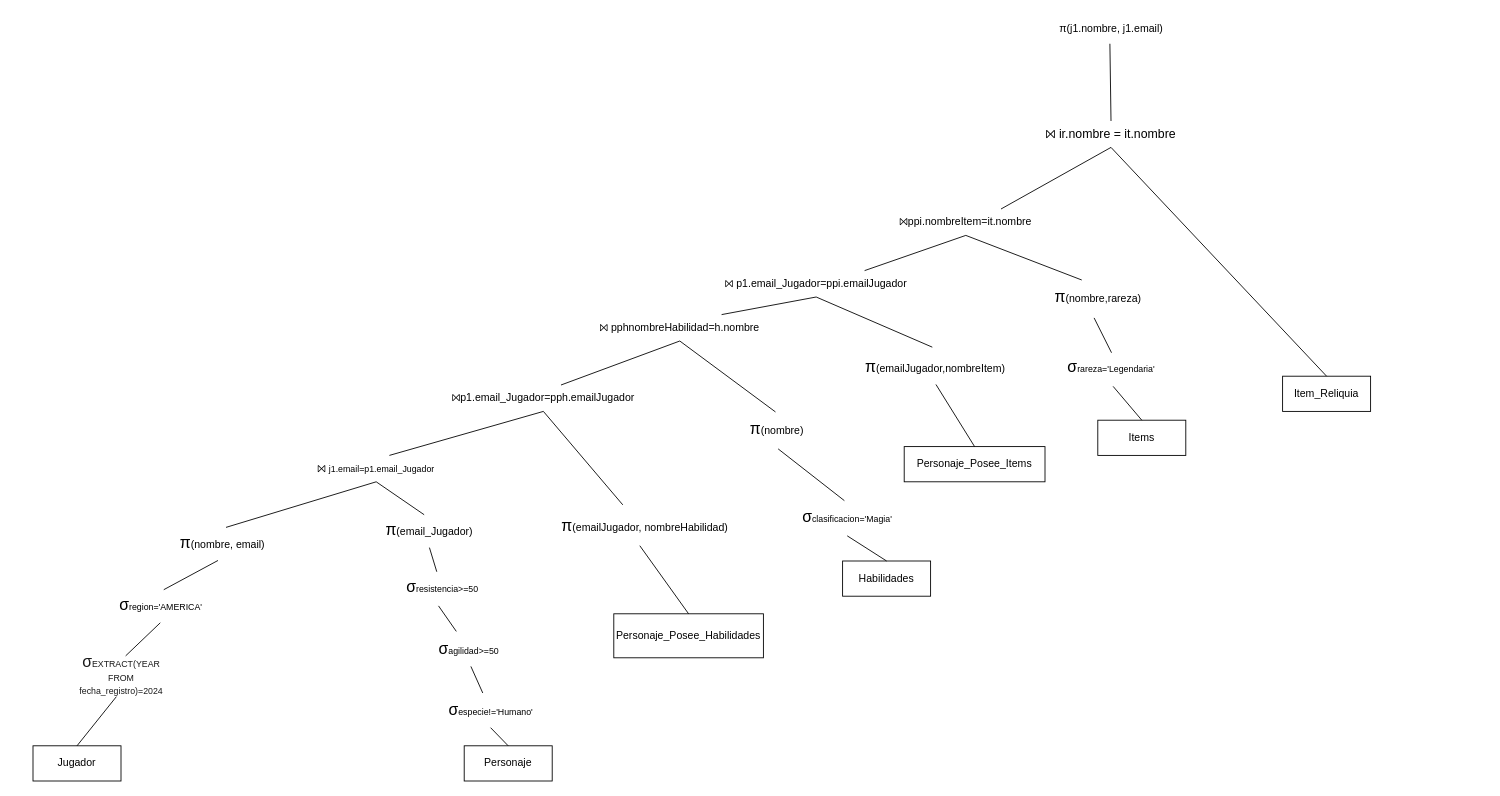
This is Untitled Diagram.drawio from MartinAlonsoo/Obligatorio1BD2, a draw.io file, before an edit. Source tidied: cells renumbered, new cells numbered last; positions are measured from the earlier drawing's top-left corner, leaving out a move shared by most shapes. Both pictures are drawn from the tidied source at 88%, with x=0, y=0 at pixel (15, 15).
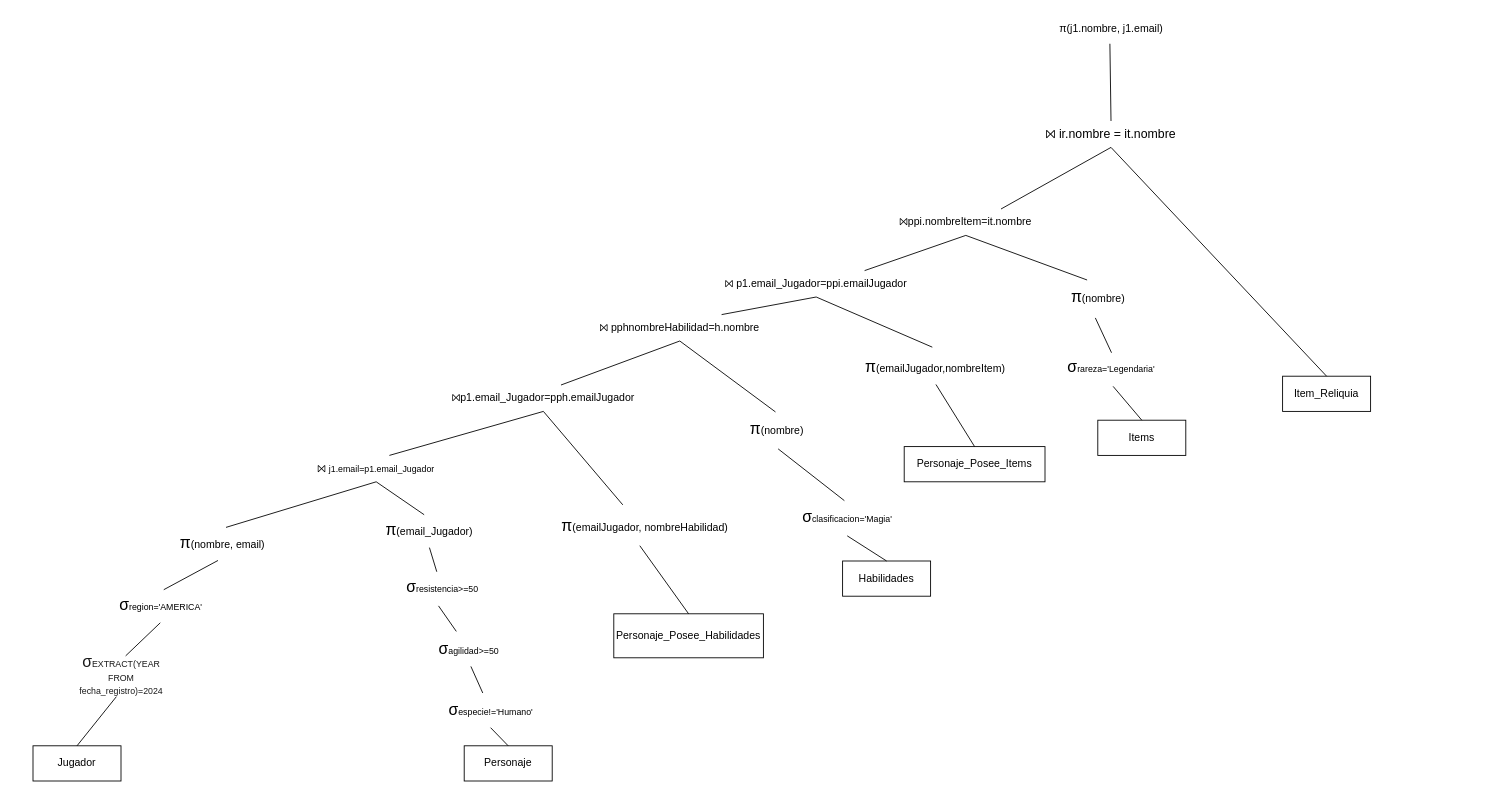
After the change.

Commit message:
actualizacion de proyeccion de items

What changed in the source:
```diff
@@
-    <mxCell id="52" value="&lt;font style=&quot;font-size: 18px;&quot;&gt;π&lt;/font&gt;(nombre,rareza)" style="text;html=1;align=center;verticalAlign=middle;points=[];strokeColor=none;fillColor=none;" parent="1" vertex="1">
-      <mxGeometry x="1170" y="300" width="120" height="40" as="geometry" />
+    <mxCell id="52" value="&lt;font style=&quot;font-size: 18px;&quot;&gt;π&lt;/font&gt;(nombre)" style="text;html=1;align=center;verticalAlign=middle;points=[];strokeColor=none;fillColor=none;" parent="1" vertex="1">
+      <mxGeometry x="1190" y="300" width="80" height="40" as="geometry" />
     </mxCell>
```
